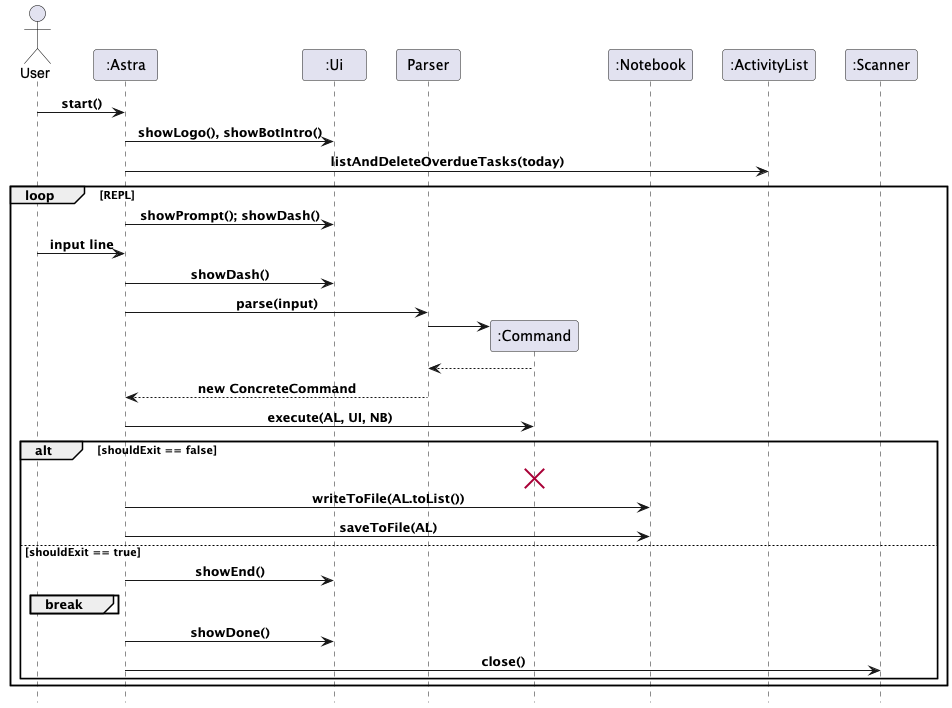
Above: docs/images/main_loop_sequence.png in Kennahh/tp (PlantUML), before the change.
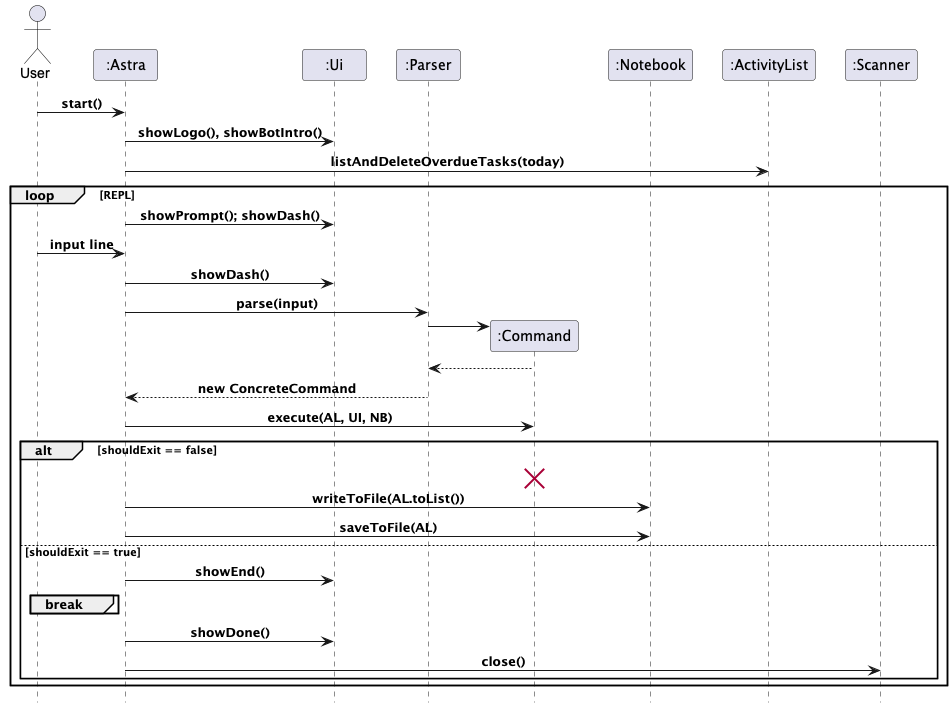
Above is the later version.

The edit, as a diff of the source:
```diff
@@ -4,7 +4,7 @@
 actor User
 participant Astra as ":Astra"
 participant UI as ":Ui"
-participant Parser as "Parser"
+participant Parser as ":Parser"
 participant C as ":Command"
 participant NB as ":Notebook"
 participant AL as ":ActivityList"
```
